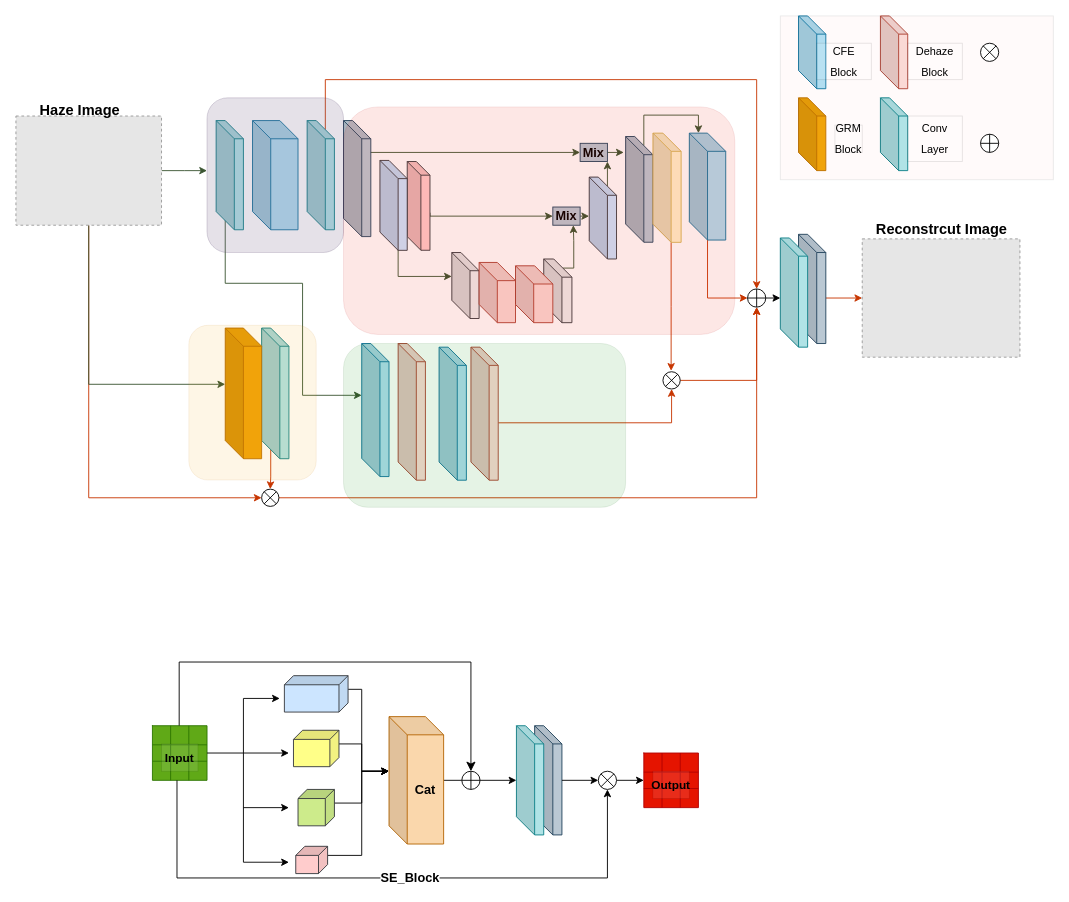
This is 未命名绘图.drawio from June1238/DenseDepth, a draw.io file, before an edit. Source tidied: cells renumbered, new cells numbered last; positions are measured from the earlier drawing's top-left corner, leaving out a move shared by most shapes. Both pictures are drawn from the tidied source at 91%, with x=0, y=0 at pixel (15, 15). Pictures stored in the file or linked from it are replaced by grey dashed boxes.
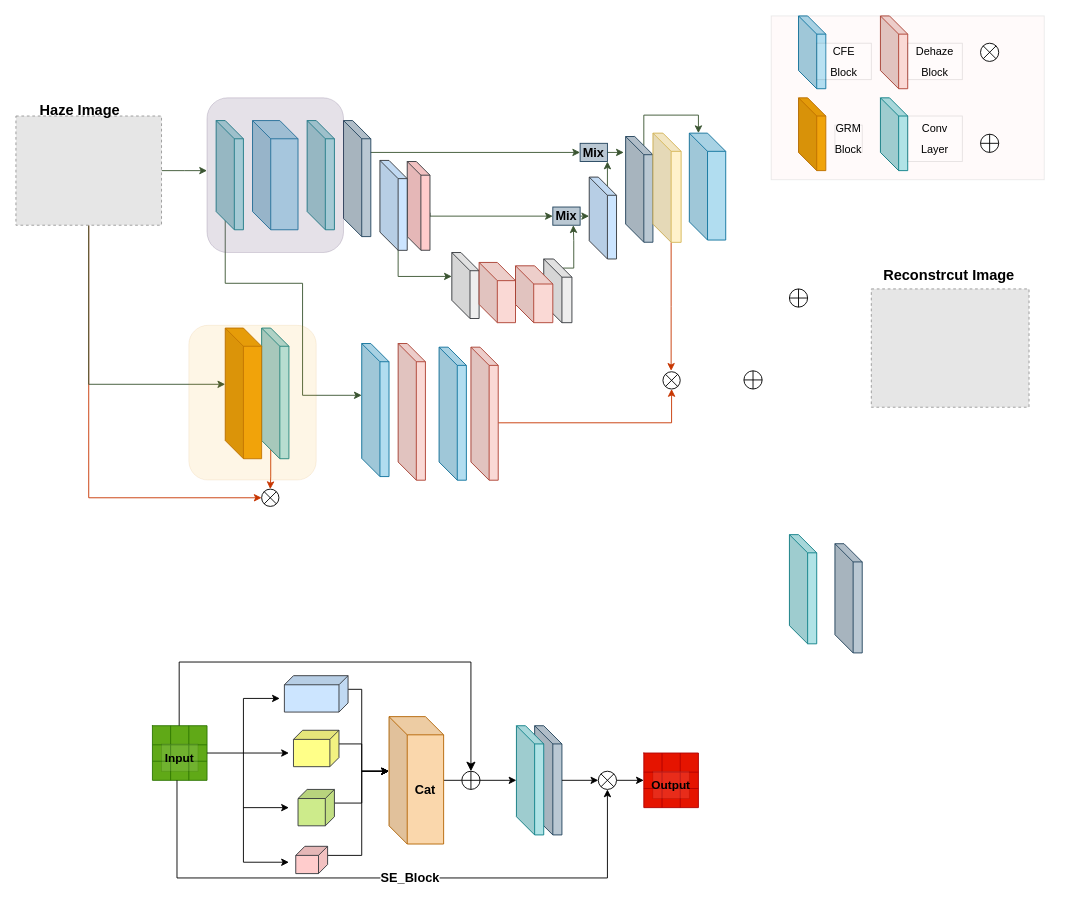
After the change.

The change refers to these unchanged cells:
```xml
<mxCell id="11" style="shape=cube;whiteSpace=wrap;html=1;boundedLbl=1;backgroundOutline=1;darkOpacity=0.05;darkOpacity2=0.1;fillColor=#b0e3e6;strokeColor=#0e8088;" parent="1" vertex="1">
  <mxGeometry x="320" y="115" width="30" height="120" as="geometry" />
</mxCell>
<mxCell id="24" style="shape=cube;whiteSpace=wrap;html=1;boundedLbl=1;backgroundOutline=1;darkOpacity=0.05;darkOpacity2=0.1;fillColor=#b1ddf0;strokeColor=#10739e;" parent="1" vertex="1">
  <mxGeometry x="740" y="128.8" width="40" height="117.5" as="geometry" />
</mxCell>
<mxCell id="45" style="shape=sumEllipse;perimeter=ellipsePerimeter;whiteSpace=wrap;html=1;backgroundOutline=1;" parent="1" vertex="1">
  <mxGeometry x="711" y="391" width="19" height="19" as="geometry" />
</mxCell>
<mxCell id="47" style="shape=sumEllipse;perimeter=ellipsePerimeter;whiteSpace=wrap;html=1;backgroundOutline=1;" parent="1" vertex="1">
  <mxGeometry x="270" y="520" width="19" height="19" as="geometry" />
</mxCell>
```

Change to the diagram source:
```diff
@@
-    <mxCell id="10" style="edgeStyle=orthogonalEdgeStyle;rounded=0;jettySize=auto;html=1;exitX=0;exitY=0;exitDx=20;exitDy=10;exitPerimeter=0;entryX=0.5;entryY=0;entryDx=0;entryDy=0;fillColor=#fa6800;strokeColor=#C73500;" parent="1" edge="1" source="11" target="43">
-      <mxGeometry relative="1" as="geometry">
-        <Array as="points">
-          <mxPoint x="340" y="70" />
-          <mxPoint x="814" y="70" />
-        </Array>
-      </mxGeometry>
-    </mxCell>
@@
-    <mxCell id="23" style="edgeStyle=orthogonalEdgeStyle;rounded=0;jettySize=auto;html=1;exitX=0;exitY=0;exitDx=20;exitDy=117.5;exitPerimeter=0;entryX=0;entryY=0.5;entryDx=0;entryDy=0;fillColor=#fa6800;strokeColor=#C73500;" parent="1" edge="1" source="24" target="43">
-      <mxGeometry relative="1" as="geometry" />
-    </mxCell>
@@
     <mxCell id="36" style="fillColor=#E6E6E6;strokeColor=#999999;dashed=1;verticalLabelPosition=bottom;verticalAlign=top;" parent="1" vertex="1">
-      <mxGeometry x="930" y="245" width="173.3" height="130" as="geometry" />
+      <mxGeometry x="940" y="300" width="173.3" height="130" as="geometry" />
     </mxCell>
@@
-    <mxCell id="39" style="edgeStyle=orthogonalEdgeStyle;rounded=0;jettySize=auto;html=1;exitX=0;exitY=0;exitDx=30;exitDy=70;exitPerimeter=0;entryX=0;entryY=0.5;entryDx=0;entryDy=0;fillColor=#fa6800;strokeColor=#C73500;" parent="1" edge="1" source="40" target="36">
-      <mxGeometry relative="1" as="geometry" />
-    </mxCell>
     <mxCell id="40" style="shape=cube;whiteSpace=wrap;html=1;boundedLbl=1;backgroundOutline=1;darkOpacity=0.05;darkOpacity2=0.1;fillColor=#bac8d3;strokeColor=#23445d;" parent="1" vertex="1">
-      <mxGeometry x="860" y="240" width="30" height="120" as="geometry" />
+      <mxGeometry x="900" y="580" width="30" height="120" as="geometry" />
     </mxCell>
     <mxCell id="41" style="shape=cube;whiteSpace=wrap;html=1;boundedLbl=1;backgroundOutline=1;darkOpacity=0.05;darkOpacity2=0.1;fillColor=#b0e3e6;strokeColor=#0e8088;" parent="1" vertex="1">
-      <mxGeometry x="840" y="244" width="30" height="120" as="geometry" />
+      <mxGeometry x="850" y="570" width="30" height="120" as="geometry" />
     </mxCell>
-    <mxCell id="42" style="edgeStyle=orthogonalEdgeStyle;rounded=0;jettySize=auto;html=1;exitX=1;exitY=0.5;exitDx=0;exitDy=0;entryX=0;entryY=0.55;entryDx=0;entryDy=0;entryPerimeter=0;" parent="1" edge="1" source="43" target="41">
-      <mxGeometry relative="1" as="geometry" />
-    </mxCell>
     <mxCell id="43" style="shape=orEllipse;perimeter=ellipsePerimeter;whiteSpace=wrap;html=1;backgroundOutline=1;" parent="1" vertex="1">
-      <mxGeometry x="804" y="300" width="20" height="20" as="geometry" />
+      <mxGeometry x="850" y="300" width="20" height="20" as="geometry" />
     </mxCell>
-    <mxCell id="44" style="edgeStyle=orthogonalEdgeStyle;rounded=0;jettySize=auto;html=1;exitX=1;exitY=0.5;exitDx=0;exitDy=0;entryX=0.5;entryY=1;entryDx=0;entryDy=0;fillColor=#fa6800;strokeColor=#C73500;" parent="1" edge="1" source="45" target="43">
-      <mxGeometry relative="1" as="geometry" />
-    </mxCell>
@@
-    <mxCell id="46" style="edgeStyle=orthogonalEdgeStyle;rounded=0;jettySize=auto;html=1;exitX=1;exitY=0.5;exitDx=0;exitDy=0;entryX=0.5;entryY=1;entryDx=0;entryDy=0;fillColor=#fa6800;strokeColor=#C73500;" parent="1" edge="1" source="47" target="43">
-      <mxGeometry relative="1" as="geometry" />
-    </mxCell>
@@
     <mxCell id="49" value="&lt;font style=&quot;font-size: 16px;&quot;&gt;&lt;b&gt;Reconstrcut Image&lt;/b&gt;&lt;/font&gt;" style="text;html=1;align=center;verticalAlign=middle;strokeColor=none;fillColor=none;" parent="1" vertex="1">
-      <mxGeometry x="931.7" y="218.8" width="170" height="30" as="geometry" />
+      <mxGeometry x="940" y="270" width="170" height="30" as="geometry" />
     </mxCell>
@@
-    <mxCell id="55" style="rounded=1;whiteSpace=wrap;html=1;opacity=10;fillColor=#e51400;fontColor=#ffffff;strokeColor=#B20000;" parent="1" vertex="1">
-      <mxGeometry x="360" y="100" width="430" height="250" as="geometry" />
-    </mxCell>
-    <mxCell id="56" style="rounded=1;whiteSpace=wrap;html=1;opacity=10;fillColor=#008a00;strokeColor=#005700;fontColor=#ffffff;" parent="1" vertex="1">
-      <mxGeometry x="360" y="360" width="310" height="180" as="geometry" />
-    </mxCell>
@@
     <mxCell id="58" style="rounded=0;whiteSpace=wrap;html=1;opacity=10;fillColor=#ffcccc;strokeColor=#36393d;" parent="1" vertex="1">
-      <mxGeometry x="840" width="300" height="180" as="geometry" />
+      <mxGeometry x="830" width="300" height="180" as="geometry" />
     </mxCell>
@@
+    <mxCell id="121" style="shape=orEllipse;perimeter=ellipsePerimeter;whiteSpace=wrap;html=1;backgroundOutline=1;" parent="1" vertex="1">
+      <mxGeometry x="800" y="390" width="20" height="20" as="geometry" />
+    </mxCell>
```
